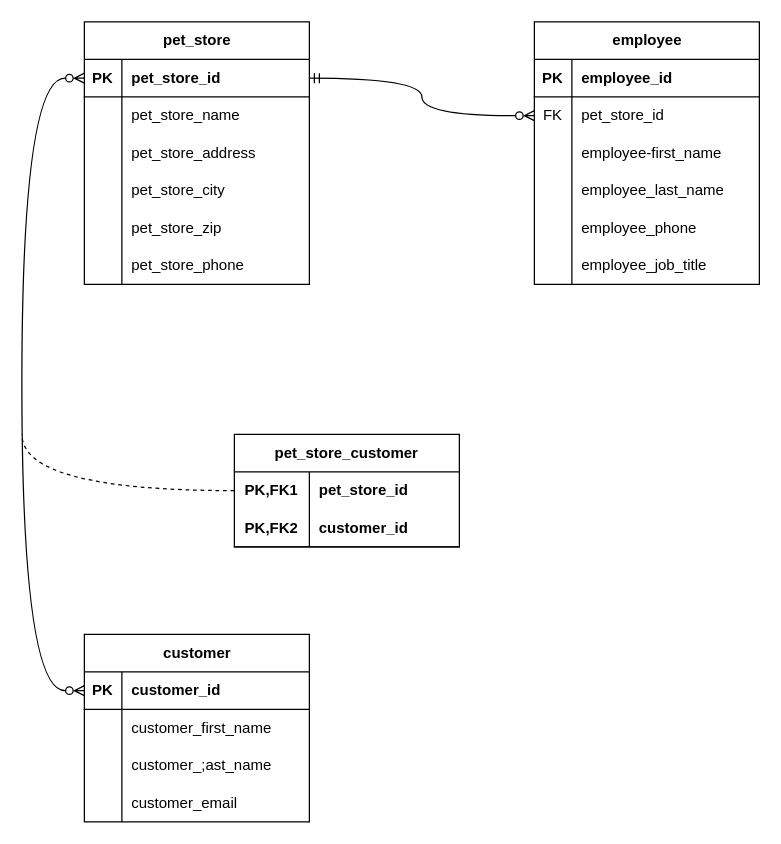
The draw.io diagram pet_store_ERD.drawio in TristanProgen/pet-store, before the edit. Source tidied: cells renumbered, new cells numbered last; positions are measured from the earlier drawing's top-left corner, leaving out a move shared by most shapes. Both pictures are drawn from the tidied source at 125%, with x=0, y=0 at pixel (21, 21).
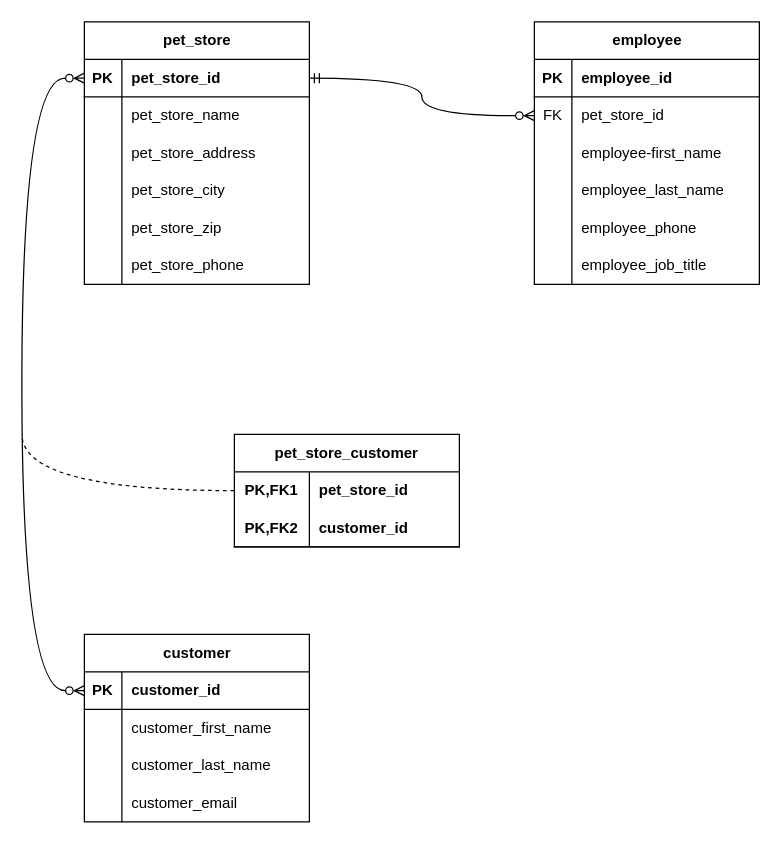
The same page after the edit.

Commit message (it also covers changes not shown here):
update to ERD and entity class files

Unchanged cells that the change refers to:
```xml
<mxCell id="28" style="shape=tableRow;horizontal=0;startSize=0;swimlaneHead=0;swimlaneBody=0;fillColor=none;top=0;left=0;right=0;bottom=0;" parent="21" vertex="1">
  <mxGeometry y="90" width="180" height="30" as="geometry" />
</mxCell>
```

Diff of the diagram source:
```diff
@@
-    <mxCell id="30" value="customer_;ast_name" style="shape=partialRectangle;fillColor=none;top=0;left=0;bottom=0;right=0;align=left;spacingLeft=6;overflow=hidden;whiteSpace=wrap;html=1;" parent="28" vertex="1">
+    <mxCell id="30" value="customer_last_name" style="shape=partialRectangle;fillColor=none;top=0;left=0;bottom=0;right=0;align=left;spacingLeft=6;overflow=hidden;whiteSpace=wrap;html=1;" parent="28" vertex="1">
       <mxGeometry x="30" width="150" height="30" as="geometry" />
     </mxCell>
```
